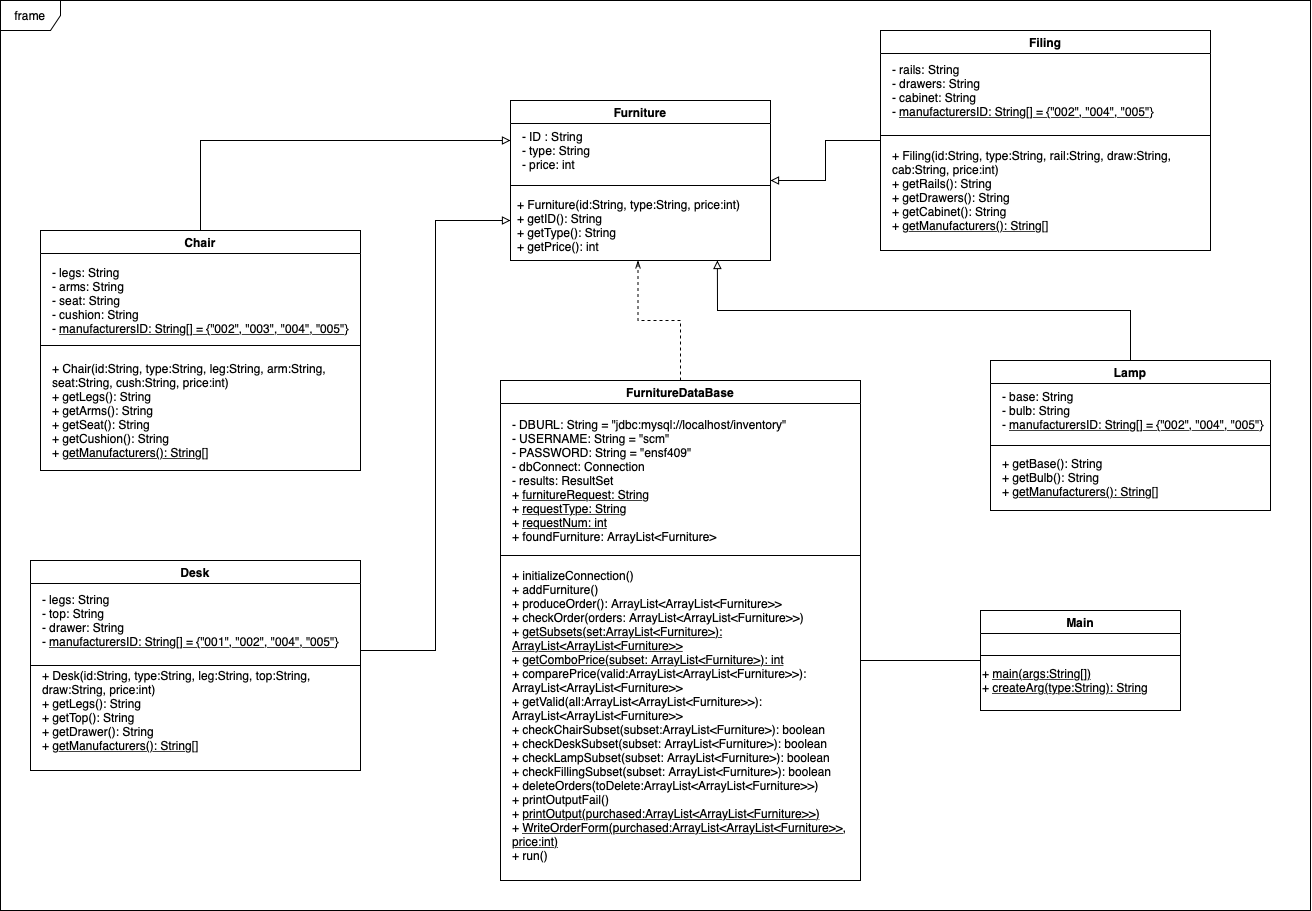
Above: Project UML.png in arule11/supply-chain-management-arule11 (draw.io), before the change. Source tidied: cells renumbered, new cells last; positions are measured from the earlier drawing's top-left corner, leaving out a move shared by most shapes.
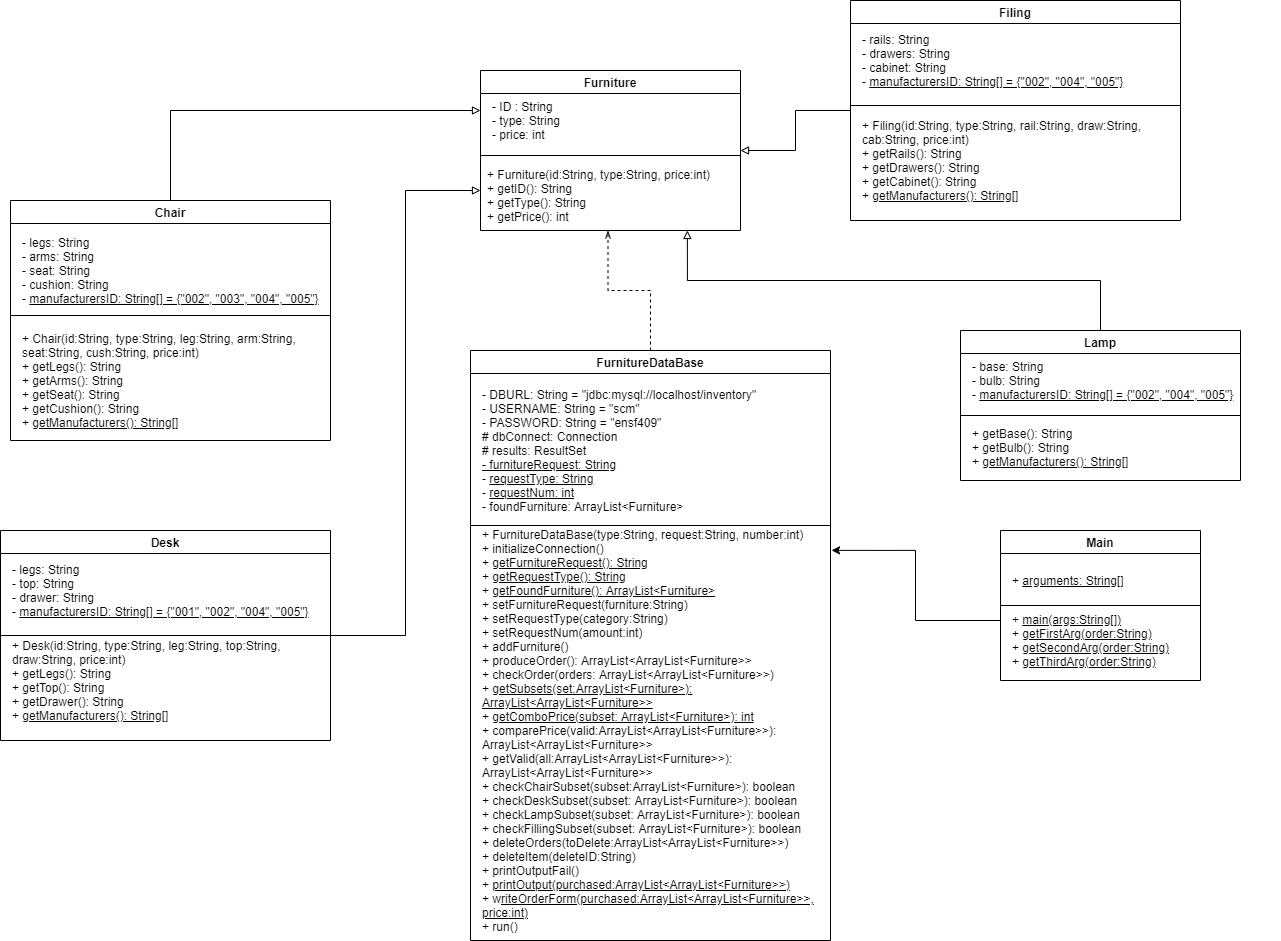
The same file after the commit.

Diff of the diagram source:
```diff
@@ -33,10 +33,8 @@
     <mxCell id="10" value="+ Chair(id:String, type:String, leg:String, arm:String, seat:String, cush:String, price:int)&lt;br&gt;+ getLegs(): String&lt;br&gt;+ getArms(): String&lt;br&gt;+ getSeat(): String&lt;br&gt;+ getCushion(): String&lt;br&gt;+ &lt;u&gt;getManufacturers(): String[]&lt;/u&gt;" style="text;html=1;strokeColor=none;fillColor=none;align=left;verticalAlign=middle;whiteSpace=wrap;rounded=0;" parent="7" vertex="1">
       <mxGeometry x="10" y="130" width="330" height="100" as="geometry" />
     </mxCell>
-    <mxCell id="11" style="edgeStyle=orthogonalEdgeStyle;rounded=0;sketch=0;jumpSize=1;jettySize=auto;html=1;entryX=0;entryY=0.75;entryDx=0;entryDy=0;shadow=0;endArrow=block;endFill=0;strokeColor=#000000;" parent="1" edge="1" target="2">
-      <mxGeometry relative="1" as="geometry">
-        <mxPoint x="360" y="650" as="sourcePoint" />
-      </mxGeometry>
+    <mxCell id="11" style="edgeStyle=orthogonalEdgeStyle;rounded=0;sketch=0;jumpSize=1;jettySize=auto;html=1;entryX=0;entryY=0.75;entryDx=0;entryDy=0;shadow=0;endArrow=block;endFill=0;strokeColor=#000000;" parent="1" edge="1" source="12" target="2">
+      <mxGeometry relative="1" as="geometry" />
     </mxCell>
     <mxCell id="12" value="Desk" style="swimlane;" parent="1" vertex="1">
       <mxGeometry x="30" y="560" width="330" height="210" as="geometry" />
@@ -69,16 +67,16 @@
       <mxGeometry relative="1" as="geometry" />
     </mxCell>
     <mxCell id="22" value="FurnitureDataBase" style="swimlane;" parent="1" vertex="1">
-      <mxGeometry x="500" y="380" width="360" height="500" as="geometry" />
+      <mxGeometry x="500" y="380" width="360" height="590" as="geometry" />
     </mxCell>
     <mxCell id="23" style="line;strokeWidth=1;html=1;perimeter=backbonePerimeter;" parent="22" vertex="1">
       <mxGeometry y="170" width="360" height="10" as="geometry" />
     </mxCell>
-    <mxCell id="24" value="- DBURL: String = &quot;jdbc:mysql://localhost/inventory&quot;&lt;br&gt;- USERNAME: String = &quot;scm&quot;&lt;br&gt;- PASSWORD: String = &quot;ensf409&quot;&lt;br&gt;- dbConnect: Connection&lt;br&gt;- results: ResultSet&lt;br&gt;+ &lt;u&gt;furnitureRequest: String&lt;br&gt;&lt;/u&gt;+ &lt;u&gt;requestType: String&lt;br&gt;&lt;/u&gt;+ &lt;u&gt;requestNum: int&lt;br&gt;&lt;/u&gt;+ foundFurniture: ArrayList&amp;lt;Furniture&amp;gt;" style="text;html=1;strokeColor=none;fillColor=none;align=left;verticalAlign=middle;whiteSpace=wrap;rounded=0;" parent="22" vertex="1">
+    <mxCell id="24" value="- DBURL: String = &quot;jdbc:mysql://localhost/inventory&quot;&lt;br&gt;- USERNAME: String = &quot;scm&quot;&lt;br&gt;- PASSWORD: String = &quot;ensf409&quot;&lt;br&gt;# dbConnect: Connection&lt;br&gt;# results: ResultSet&lt;br&gt;&lt;u&gt;- furnitureRequest: String&lt;br&gt;&lt;/u&gt;-&amp;nbsp;&lt;u&gt;requestType: String&lt;br&gt;&lt;/u&gt;-&amp;nbsp;&lt;u&gt;requestNum: int&lt;br&gt;&lt;/u&gt;- foundFurniture: ArrayList&amp;lt;Furniture&amp;gt;" style="text;html=1;strokeColor=none;fillColor=none;align=left;verticalAlign=middle;whiteSpace=wrap;rounded=0;" parent="22" vertex="1">
       <mxGeometry x="10" y="30" width="320" height="140" as="geometry" />
     </mxCell>
-    <mxCell id="25" value="+ initializeConnection()&lt;br&gt;+ addFurniture()&lt;br&gt;+ produceOrder(): ArrayList&amp;lt;ArrayList&amp;lt;Furniture&amp;gt;&amp;gt;&lt;br&gt;+ checkOrder(orders: ArrayList&amp;lt;ArrayList&amp;lt;Furniture&amp;gt;&amp;gt;)&lt;br&gt;+ &lt;u&gt;getSubsets(set:ArrayList&amp;lt;Furniture&amp;gt;): ArrayList&amp;lt;ArrayList&amp;lt;Furniture&amp;gt;&amp;gt;&lt;br&gt;&lt;/u&gt;+ &lt;u&gt;getComboPrice(subset: ArrayList&amp;lt;Furniture&amp;gt;): int&lt;br&gt;&lt;/u&gt;+ comparePrice(valid:ArrayList&amp;lt;ArrayList&amp;lt;Furniture&amp;gt;&amp;gt;): ArrayList&amp;lt;ArrayList&amp;lt;Furniture&amp;gt;&amp;gt;&lt;br&gt;+ getValid(all:ArrayList&amp;lt;ArrayList&amp;lt;Furniture&amp;gt;&amp;gt;): ArrayList&amp;lt;ArrayList&amp;lt;Furniture&amp;gt;&amp;gt;&lt;br&gt;+ checkChairSubset(subset:ArrayList&amp;lt;Furniture&amp;gt;): boolean&lt;br&gt;+ checkDeskSubset(subset: ArrayList&amp;lt;Furniture&amp;gt;): boolean&lt;br&gt;+ checkLampSubset(subset: ArrayList&amp;lt;Furniture&amp;gt;): boolean&lt;br&gt;+ checkFillingSubset(subset: ArrayList&amp;lt;Furniture&amp;gt;): boolean&lt;br&gt;+ deleteOrders(toDelete:ArrayList&amp;lt;ArrayList&amp;lt;Furniture&amp;gt;&amp;gt;)&lt;br&gt;+ printOutputFail()&lt;br&gt;+ &lt;u&gt;printOutput(purchased:ArrayList&amp;lt;ArrayList&amp;lt;Furniture&amp;gt;&amp;gt;)&lt;br&gt;&lt;/u&gt;+ &lt;u&gt;WriteOrderForm(purchased:ArrayList&amp;lt;ArrayList&amp;lt;Furniture&amp;gt;&amp;gt;, price:int)&lt;/u&gt;&lt;br&gt;+ run()" style="text;html=1;strokeColor=none;fillColor=none;align=left;verticalAlign=middle;whiteSpace=wrap;rounded=0;" parent="22" vertex="1">
-      <mxGeometry x="10" y="220" width="350" height="230" as="geometry" />
+    <mxCell id="25" value="+ FurnitureDataBase(type:String, request:String, number:int)&lt;br&gt;+ initializeConnection()&lt;br&gt;+ &lt;u&gt;getFurnitureRequest(): String&lt;br&gt;&lt;/u&gt;+ &lt;u&gt;getRequestType(): String&lt;br&gt;&lt;/u&gt;+ &lt;u&gt;getFoundFurniture(): ArrayList&amp;lt;Furniture&amp;gt;&lt;br&gt;&lt;/u&gt;+ setFurnitureRequest(furniture:String)&lt;br&gt;+ setRequestType(category:String)&lt;br&gt;+ setRequestNum(amount:int)&lt;br&gt;+ addFurniture()&lt;br&gt;+ produceOrder(): ArrayList&amp;lt;ArrayList&amp;lt;Furniture&amp;gt;&amp;gt;&lt;br&gt;+ checkOrder(orders: ArrayList&amp;lt;ArrayList&amp;lt;Furniture&amp;gt;&amp;gt;)&lt;br&gt;+ &lt;u&gt;getSubsets(set:ArrayList&amp;lt;Furniture&amp;gt;): ArrayList&amp;lt;ArrayList&amp;lt;Furniture&amp;gt;&amp;gt;&lt;br&gt;&lt;/u&gt;+ &lt;u&gt;getComboPrice(subset: ArrayList&amp;lt;Furniture&amp;gt;): int&lt;br&gt;&lt;/u&gt;+ comparePrice(valid:ArrayList&amp;lt;ArrayList&amp;lt;Furniture&amp;gt;&amp;gt;): ArrayList&amp;lt;ArrayList&amp;lt;Furniture&amp;gt;&amp;gt;&lt;br&gt;+ getValid(all:ArrayList&amp;lt;ArrayList&amp;lt;Furniture&amp;gt;&amp;gt;): ArrayList&amp;lt;ArrayList&amp;lt;Furniture&amp;gt;&amp;gt;&lt;br&gt;+ checkChairSubset(subset:ArrayList&amp;lt;Furniture&amp;gt;): boolean&lt;br&gt;+ checkDeskSubset(subset: ArrayList&amp;lt;Furniture&amp;gt;): boolean&lt;br&gt;+ checkLampSubset(subset: ArrayList&amp;lt;Furniture&amp;gt;): boolean&lt;br&gt;+ checkFillingSubset(subset: ArrayList&amp;lt;Furniture&amp;gt;): boolean&lt;br&gt;+ deleteOrders(toDelete:ArrayList&amp;lt;ArrayList&amp;lt;Furniture&amp;gt;&amp;gt;)&lt;br&gt;+ deleteItem(deleteID:String)&lt;br&gt;+ printOutputFail()&lt;br&gt;+ &lt;u&gt;printOutput(purchased:ArrayList&amp;lt;ArrayList&amp;lt;Furniture&amp;gt;&amp;gt;)&lt;br&gt;&lt;/u&gt;+ w&lt;u&gt;riteOrderForm(purchased:ArrayList&amp;lt;ArrayList&amp;lt;Furniture&amp;gt;&amp;gt;, price:int)&lt;/u&gt;&lt;br&gt;+ run()" style="text;html=1;strokeColor=none;fillColor=none;align=left;verticalAlign=middle;whiteSpace=wrap;rounded=0;" parent="22" vertex="1">
+      <mxGeometry x="10" y="190" width="350" height="380" as="geometry" />
     </mxCell>
     <mxCell id="26" style="edgeStyle=orthogonalEdgeStyle;rounded=0;jettySize=auto;html=1;exitX=0.5;exitY=0;exitDx=0;exitDy=0;entryX=0.824;entryY=1;entryDx=0;entryDy=0;sketch=0;shadow=0;jumpSize=1;endArrow=block;endFill=0;entryPerimeter=0;" parent="1" edge="1" source="27" target="5">
       <mxGeometry relative="1" as="geometry" />
@@ -95,22 +93,26 @@
     <mxCell id="30" value="&lt;br&gt;+ getBase(): String&lt;br&gt;+ getBulb(): String&lt;br&gt;+ &lt;u&gt;getManufacturers(): String[]&lt;/u&gt;" style="text;html=1;strokeColor=none;fillColor=none;align=left;verticalAlign=middle;whiteSpace=wrap;rounded=0;" parent="27" vertex="1">
       <mxGeometry x="10" y="80" width="270" height="60" as="geometry" />
     </mxCell>
-    <mxCell id="31" style="edgeStyle=orthogonalEdgeStyle;rounded=0;sketch=0;jumpSize=1;jettySize=auto;html=1;shadow=0;endArrow=none;endFill=0;strokeColor=#000000;" parent="1" edge="1" source="32">
-      <mxGeometry relative="1" as="geometry">
-        <mxPoint x="860" y="590" as="targetPoint" />
-      </mxGeometry>
-    </mxCell>
+    <mxCell id="36" style="edgeStyle=orthogonalEdgeStyle;rounded=0;jettySize=auto;html=1;exitX=0;exitY=0.5;exitDx=0;exitDy=0;entryX=1.003;entryY=0.026;entryDx=0;entryDy=0;entryPerimeter=0;startArrow=none;startFill=0;endArrow=classic;endFill=1;" parent="1" edge="1" source="32" target="25">
+      <mxGeometry relative="1" as="geometry">
+        <Array as="points">
+          <mxPoint x="1030" y="650" />
+          <mxPoint x="945" y="650" />
+          <mxPoint x="945" y="580" />
+        </Array>
+      </mxGeometry>
+    </mxCell>
     <mxCell id="32" value="Main" style="swimlane;" parent="1" vertex="1">
-      <mxGeometry x="980" y="610" width="200" height="100" as="geometry" />
+      <mxGeometry x="1030" y="560" width="200" height="150" as="geometry" />
     </mxCell>
     <mxCell id="33" style="line;strokeWidth=1;html=1;perimeter=backbonePerimeter;" parent="32" vertex="1">
-      <mxGeometry y="40" width="200" height="10" as="geometry" />
+      <mxGeometry y="70" width="200" height="10" as="geometry" />
     </mxCell>
-    <mxCell id="34" value="+ &lt;u&gt;main(args:String[])&lt;/u&gt;&lt;br&gt;+&amp;nbsp;&lt;u&gt;createArg(type:String): String&lt;/u&gt;" style="text;html=1;strokeColor=none;fillColor=none;align=left;verticalAlign=middle;whiteSpace=wrap;rounded=0;" parent="32" vertex="1">
-      <mxGeometry y="40" width="180" height="60" as="geometry" />
+    <mxCell id="34" value="+ &lt;u&gt;main(args:String[])&lt;/u&gt;&lt;br&gt;+ &lt;u&gt;getFirstArg(order:String)&lt;/u&gt;&lt;br&gt;+ &lt;u&gt;getSecondArg(order:String)&lt;br&gt;&lt;/u&gt;+ &lt;u&gt;getThirdArg(order:String)&lt;/u&gt;" style="text;html=1;strokeColor=none;fillColor=none;align=left;verticalAlign=middle;whiteSpace=wrap;rounded=0;" parent="32" vertex="1">
+      <mxGeometry x="10" y="80" width="180" height="60" as="geometry" />
     </mxCell>
-    <mxCell id="35" value="frame" style="shape=umlFrame;whiteSpace=wrap;html=1;" parent="1" vertex="1">
-      <mxGeometry width="1310" height="910" as="geometry" />
-    </mxCell>
+    <mxCell id="37" value="+ &lt;u&gt;arguments: String[]&lt;/u&gt;" style="text;html=1;strokeColor=none;fillColor=none;align=left;verticalAlign=middle;whiteSpace=wrap;rounded=0;" parent="32" vertex="1">
+      <mxGeometry x="10" y="20" width="180" height="60" as="geometry" />
+    </mxCell>
   </root>
 </mxGraphModel>
```
